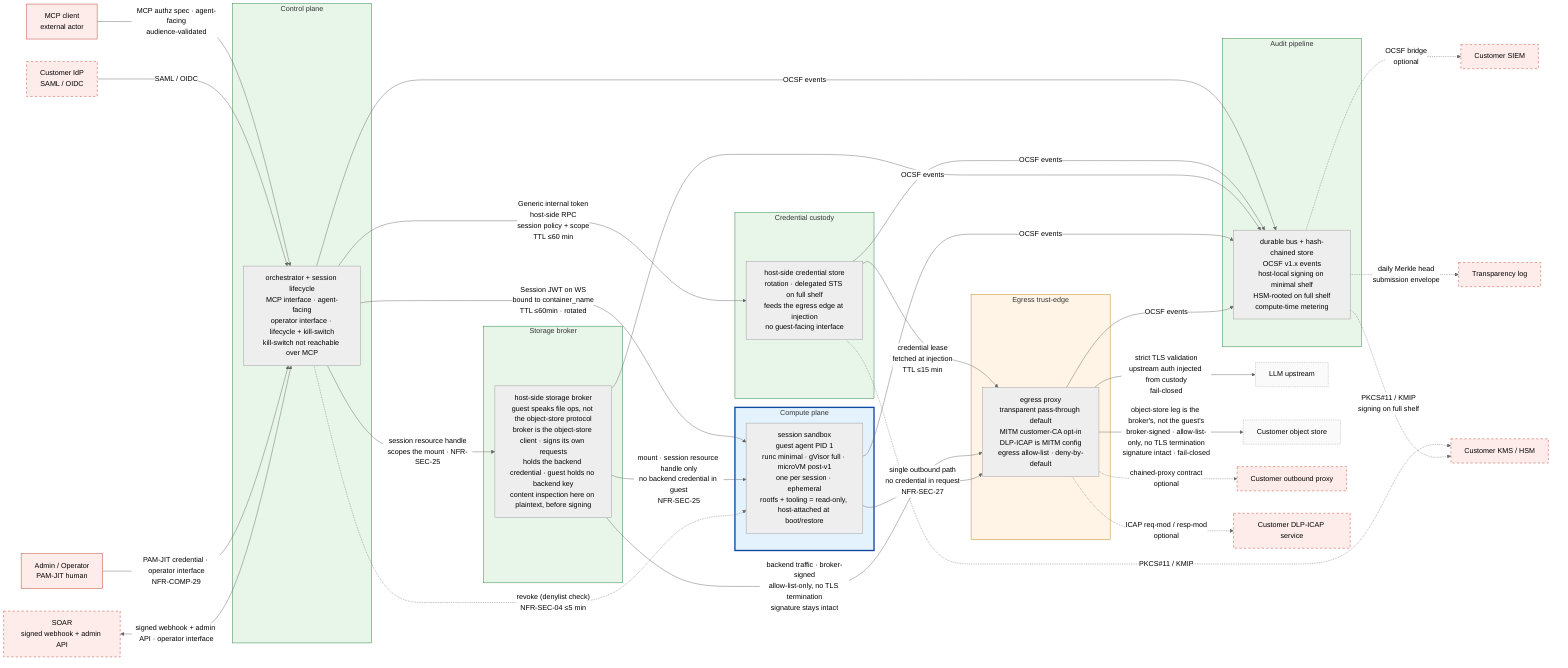
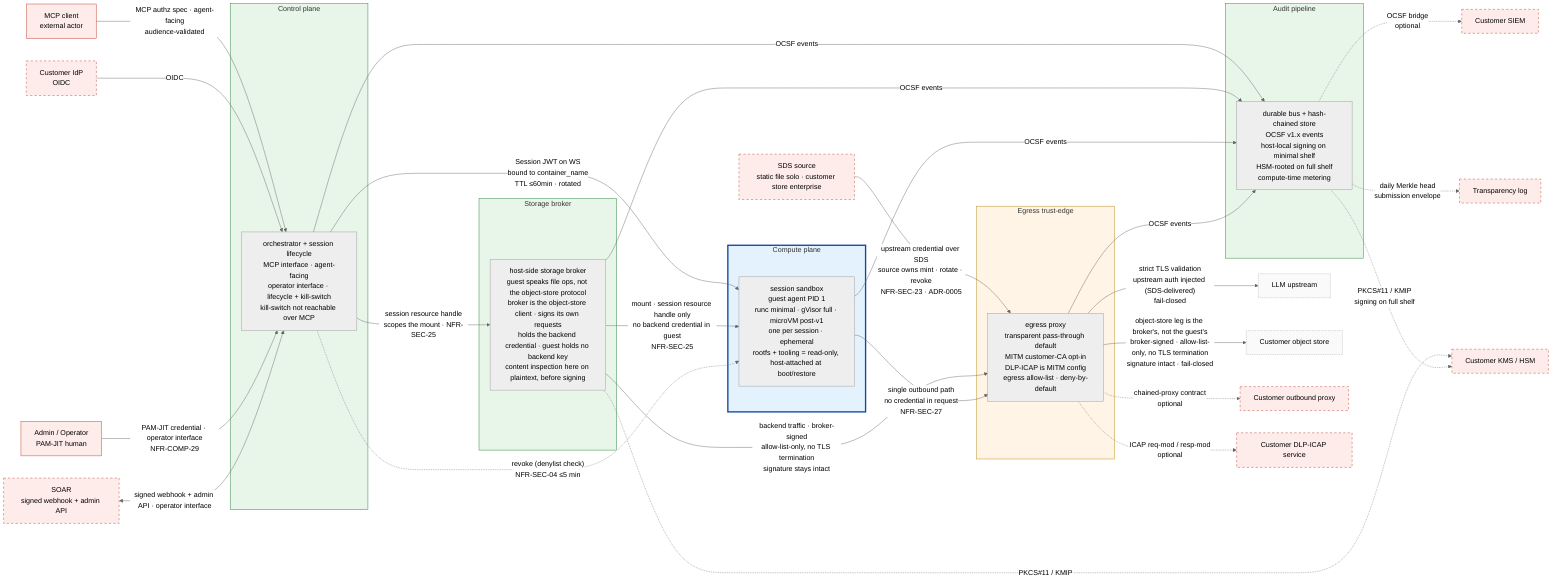
%% SPDX-License-Identifier: FSL-1.1-Apache-2.0
%% Copyright (c) 2025 Open Computer Use Contributors
%% Canonical Layer 3 trust-zone diagram. Referenced from docs/architecture/02-trust-boundaries.md §5.
%% Convention: solid subgraph border = always present; dashed border = optional configuration.
%% Palette (project convention): red untrusted / amber semi-trusted / green trusted / blue isolated.

%%{init: {"theme": "neutral"} }%%
flowchart LR

    %% ─── external actors (untrusted; rendered as plain nodes, not subgraphs) ───
    MCPC[MCP client<br/>external actor]:::ext
-     IDP[Customer IdP<br/>SAML / OIDC]:::extOpt
+     IDP[Customer IdP<br/>OIDC]:::extOpt
    LLM[LLM upstream]:::endpoint
    OBJ[Customer object store]:::endpoint
    CPROXY[Customer outbound proxy]:::extOpt
    ICAP[Customer DLP-ICAP service]:::extOpt
    SIEM[Customer SIEM]:::extOpt
    KMS[Customer KMS / HSM]:::extOpt
+     SDS[SDS source<br/>static file solo · customer store enterprise]:::extOpt
    SOAR[SOAR<br/>signed webhook + admin API]:::extOpt
    OPER[Admin / Operator<br/>PAM-JIT human]:::ext
    TLOG[Transparency log]:::extOpt

    %% ─── our zones ───
    %% Control plane is one trust-zone exposing two interfaces: an agent-facing
    %% MCP surface (tool calls) and an operator/lifecycle surface (session
    %% lifecycle, quota, kill-switch). The kill-switch is reachable only on the
    %% operator surface — never over MCP. The two-container split is a Layer 6
    %% concern; here they are one zone.
    subgraph CP[Control plane]
        ORCH[orchestrator + session lifecycle<br/>MCP interface · agent-facing<br/>operator interface · lifecycle + kill-switch<br/>kill-switch not reachable over MCP]
-     end
- 
-     subgraph BROKER[Credential custody]
-         BR[host-side credential store<br/>rotation · delegated STS on full shelf<br/>feeds the egress edge at injection<br/>no guest-facing interface]
    end

    subgraph STORE[Storage broker]
        SB[host-side storage broker<br/>guest speaks file ops, not the object-store protocol<br/>broker is the object-store client · signs its own requests<br/>holds the backend credential · guest holds no backend key<br/>content inspection here on plaintext, before signing]
    end

    subgraph COMPUTE[Compute plane]
        VM[session sandbox<br/>guest agent PID 1<br/>runc minimal · gVisor full · microVM post-v1<br/>one per session · ephemeral<br/>rootfs + tooling = read-only, host-attached at boot/restore]
    end

    subgraph EDGE[Egress trust-edge]
        PROXY[egress proxy<br/>transparent pass-through default<br/>MITM customer-CA opt-in<br/>DLP-ICAP is MITM config<br/>egress allow-list · deny-by-default]
    end

    subgraph AUDIT[Audit pipeline]
        BUS[durable bus + hash-chained store<br/>OCSF v1.x events<br/>host-local signing on minimal shelf<br/>HSM-rooted on full shelf<br/>compute-time metering]
    end

    %% ─── inbound edges ───
    %% MCP arrives on the agent-facing interface; operator + SOAR arrive on the
    %% operator/lifecycle interface. Distinct auth; the kill-switch lives only
    %% on the latter.
    MCPC -->|"MCP authz spec · agent-facing<br/>audience-validated"| ORCH
-     IDP -->|SAML / OIDC| ORCH
+     IDP -->|OIDC| ORCH
    OPER -->|"PAM-JIT credential · operator interface<br/>NFR-COMP-29"| ORCH
    SOAR <-->|"signed webhook + admin API · operator interface"| ORCH

    %% ─── internal edges (encrypted in transit; NFR-SEC-37) ───
-     ORCH -->|"Generic internal token<br/>host-side RPC<br/>session policy + scope<br/>TTL ≤60 min"| BR
    ORCH -->|"Session JWT on WS<br/>bound to container_name<br/>TTL ≤60min · rotated"| VM
    ORCH -->|"session resource handle<br/>scopes the mount · NFR-SEC-25"| SB
-     BR -->|"credential lease<br/>fetched at injection<br/>TTL ≤15 min"| PROXY
+     SDS -->|"upstream credential over SDS<br/>source owns mint · rotate · revoke<br/>NFR-SEC-23 · ADR-0005"| PROXY

    %% ─── storage-mount path (second guest-data boundary: in vs out) ───
    %% Distinct from egress. The guest reads/writes mutable user-data through a
    %% mount the broker serves; the guest holds only a session-scoped resource
    %% handle (e.g. filesystem_id), never the storage backend credential. The
    %% broker's own backend traffic is authorized at the Egress trust-edge like
    %% any upstream. Mount substrate (FUSE / virtio-fs / 9p) is component-spec.
    SB -->|"mount · session resource handle only<br/>no backend credential in guest<br/>NFR-SEC-25"| VM
    SB -->|"backend traffic · broker-signed<br/>allow-list-only, no TLS termination<br/>signature stays intact"| PROXY

    %% ─── revoke channel (denylist; independent of IdP reachability) ───
    %% Compute plane gets a direct denylist check (Session JWT TTL ≤60min needs it);
    %% Egress trust-edge revoke = the edge stops injecting upstream auth for a
-     %% revoked session; the credential-lease TTL (≤15 min) caps how long an
-     %% already-fetched credential survives, so no direct ORCH→PROXY edge.
+     %% revoked session; the SDS source owns the credential's own TTL, so no
+     %% direct ORCH→PROXY edge.
    ORCH -.->|"revoke (denylist check)<br/>NFR-SEC-04 ≤5 min"| VM

    %% ─── egress edges ───
    VM -->|"single outbound path<br/>no credential in request<br/>NFR-SEC-27"| PROXY
-     PROXY -->|"strict TLS validation<br/>upstream auth injected from custody<br/>fail-closed"| LLM
+     PROXY -->|"strict TLS validation<br/>upstream auth injected (SDS-delivered)<br/>fail-closed"| LLM
    PROXY -->|"object-store leg is the broker's, not the guest's<br/>broker-signed · allow-list-only, no TLS termination<br/>signature intact · fail-closed"| OBJ
    PROXY -.->|"chained-proxy contract<br/>optional"| CPROXY
    PROXY -.->|"ICAP req-mod / resp-mod<br/>optional"| ICAP

    %% ─── audit edges (every named zone emits OCSF events) ───
    ORCH -->|OCSF events| BUS
-     BR -->|OCSF events| BUS
    SB -->|OCSF events| BUS
    VM -->|OCSF events| BUS
    PROXY -->|OCSF events| BUS

    %% ─── audit egress ───
    BUS -.->|"OCSF bridge<br/>optional"| SIEM
    BUS -.->|"daily Merkle head<br/>submission envelope"| TLOG

    %% ─── KMS path (optional, full-capability shelf only) ───
-     BR -.->|"PKCS#11 / KMIP"| KMS
+     SB -.->|"PKCS#11 / KMIP"| KMS
    BUS -.->|"PKCS#11 / KMIP<br/>signing on full shelf"| KMS

    %% ─── styling (project palette: red untrusted / amber semi-trusted / green trusted / blue isolated) ───
    classDef ext fill:#fdecea,stroke:#c0392b,stroke-width:1px;
    classDef extOpt fill:#fdecea,stroke:#c0392b,stroke-dasharray: 5 5;
    classDef endpoint fill:#fafafa,stroke:#9e9e9e,stroke-dasharray: 2 2;
    style CP fill:#e8f5e9,stroke:#1e7e34,stroke-width:1px;
-     style BROKER fill:#e8f5e9,stroke:#1e7e34,stroke-width:1px;
    style STORE fill:#e8f5e9,stroke:#1e7e34,stroke-width:1px;
    style COMPUTE fill:#e3f2fd,stroke:#0d47a1,stroke-width:3px;
    style EDGE fill:#fff4e5,stroke:#b8860b,stroke-width:1px;
    style AUDIT fill:#e8f5e9,stroke:#1e7e34,stroke-width:1px;
